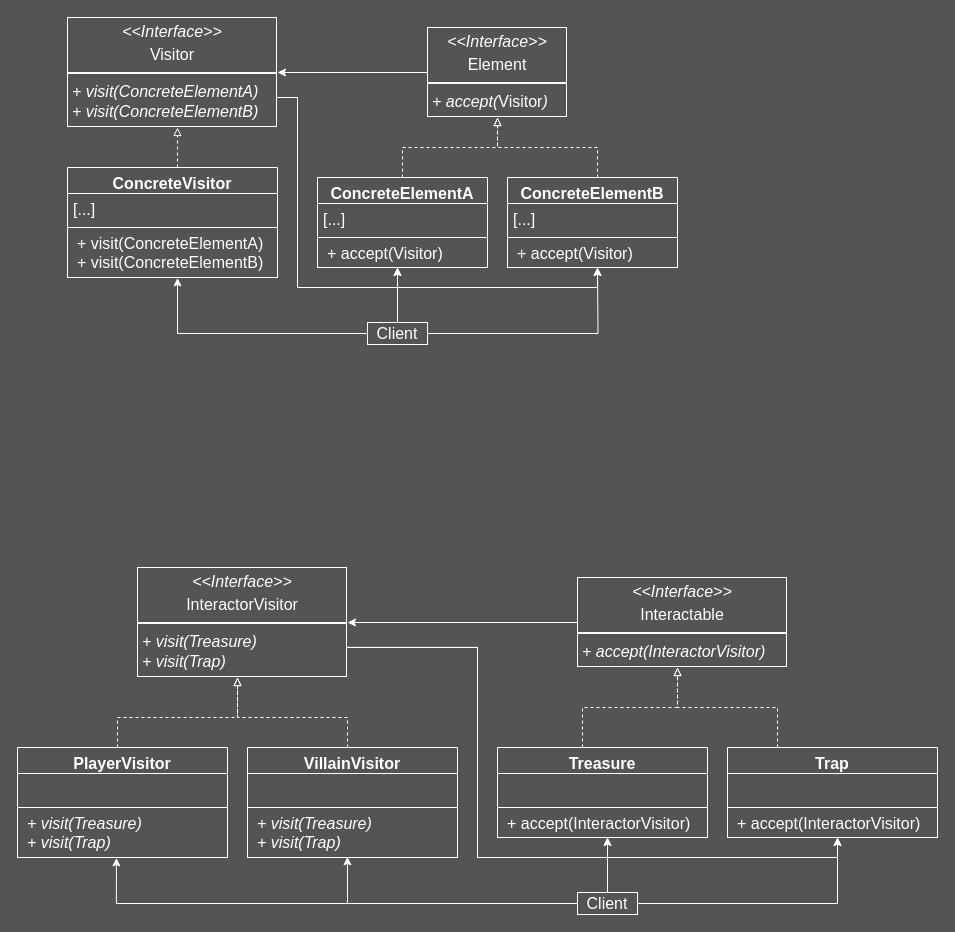
Earlier version of the draw.io diagram page "Visitor" (20 of 21) of uml/design_pattern.drawio (tp-codings/CPP_Design_Patterns). Source tidied: cells renumbered, new cells numbered last; positions are measured from the earlier drawing's top-left corner, leaving out a move shared by most shapes. Both pictures are drawn from the tidied source at 100%, with x=0, y=0 at pixel (17, 17).
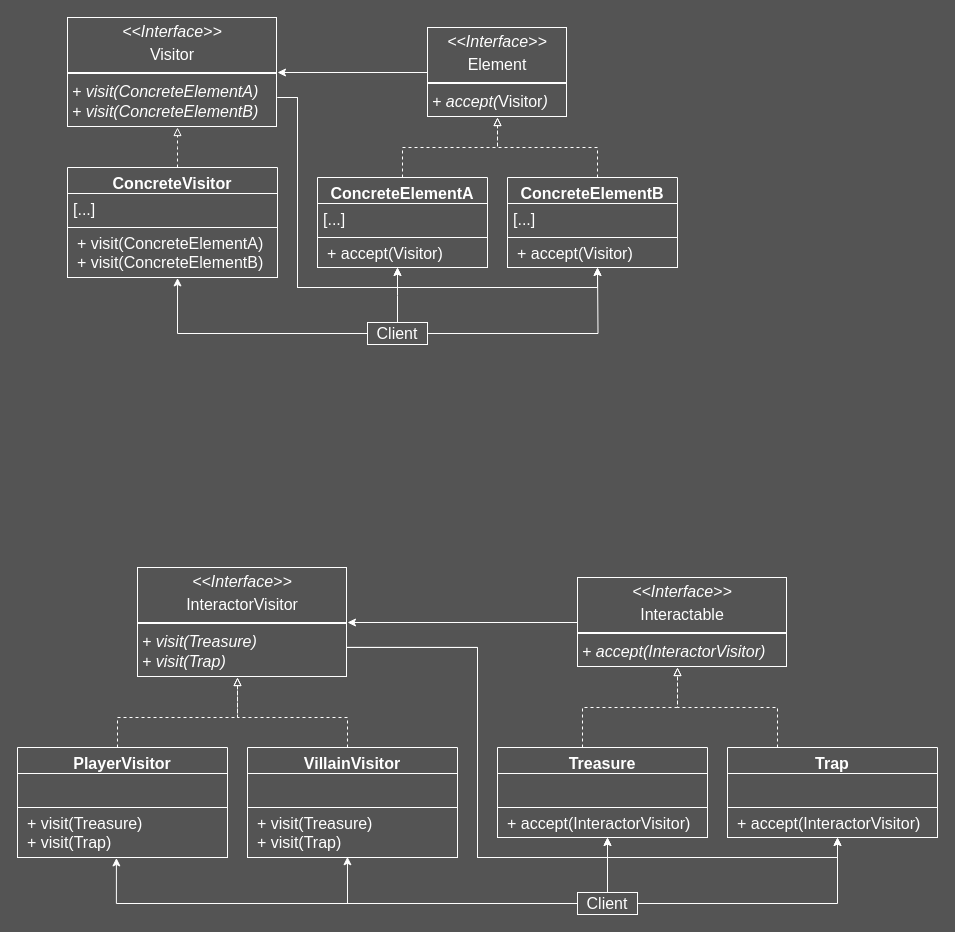
After the change.

The change refers to these unchanged cells:
```xml
<mxCell id="7" value="PlayerVisitor" style="swimlane;fontStyle=1;align=center;verticalAlign=top;horizontal=1;startSize=26;whiteSpace=wrap;fontFamily=Exo;fillColor=none;fontColor=#FFFFFF;strokeColor=#FFFFFF;fontSize=16;spacing=2;spacingTop=0;spacingBottom=0;html=1;" parent="1" vertex="1">
  <mxGeometry y="730" width="210" height="110" as="geometry" />
</mxCell>
<mxCell id="13" value="VillainVisitor" style="swimlane;fontStyle=1;align=center;verticalAlign=top;horizontal=1;startSize=26;whiteSpace=wrap;fontFamily=Exo;fillColor=none;fontColor=#FFFFFF;strokeColor=#FFFFFF;fontSize=16;spacing=2;spacingTop=0;spacingBottom=0;html=1;" parent="1" vertex="1">
  <mxGeometry x="230" y="730" width="210" height="110" as="geometry" />
</mxCell>
```

Diff of the diagram source:
```diff
@@
-    <mxCell id="9" value="&lt;p style=&quot;margin: 0px 0px 0px 4px;&quot;&gt;&lt;i&gt;+ visit(Treasure)&lt;/i&gt;&lt;/p&gt;&lt;p style=&quot;margin: 0px 0px 0px 4px;&quot;&gt;&lt;i&gt;+ visit(&lt;/i&gt;&lt;i style=&quot;background-color: initial;&quot;&gt;Trap&lt;/i&gt;&lt;i style=&quot;background-color: initial;&quot;&gt;)&lt;/i&gt;&lt;/p&gt;" style="text;align=left;verticalAlign=top;spacingLeft=4;spacingRight=4;overflow=hidden;points=[[0,0.5],[1,0.5]];portConstraint=eastwest;whiteSpace=wrap;fontFamily=Exo;fontColor=#FFFFFF;strokeColor=#FFFFFF;fontSize=16;spacing=2;spacingTop=0;spacingBottom=0;html=1;" parent="7" vertex="1">
+    <mxCell id="9" value="&lt;p style=&quot;margin: 0px 0px 0px 4px;&quot;&gt;+ visit(Treasure)&lt;/p&gt;&lt;p style=&quot;margin: 0px 0px 0px 4px;&quot;&gt;+ visit(&lt;span style=&quot;background-color: initial;&quot;&gt;Trap&lt;/span&gt;&lt;span style=&quot;background-color: initial;&quot;&gt;)&lt;/span&gt;&lt;/p&gt;" style="text;align=left;verticalAlign=top;spacingLeft=4;spacingRight=4;overflow=hidden;points=[[0,0.5],[1,0.5]];portConstraint=eastwest;whiteSpace=wrap;fontFamily=Exo;fontColor=#FFFFFF;strokeColor=#FFFFFF;fontSize=16;spacing=2;spacingTop=0;spacingBottom=0;html=1;" parent="7" vertex="1">
       <mxGeometry y="60" width="210" height="50" as="geometry" />
     </mxCell>
@@
-    <mxCell id="15" value="&lt;p style=&quot;margin: 0px 0px 0px 4px;&quot;&gt;&lt;i&gt;+ visit(Treasure)&lt;/i&gt;&lt;/p&gt;&lt;p style=&quot;margin: 0px 0px 0px 4px;&quot;&gt;&lt;i&gt;+ visit(&lt;/i&gt;&lt;i style=&quot;background-color: initial;&quot;&gt;Trap&lt;/i&gt;&lt;i style=&quot;background-color: initial;&quot;&gt;)&lt;/i&gt;&lt;/p&gt;" style="text;align=left;verticalAlign=top;spacingLeft=4;spacingRight=4;overflow=hidden;points=[[0,0.5],[1,0.5]];portConstraint=eastwest;whiteSpace=wrap;fontFamily=Exo;fontColor=#FFFFFF;strokeColor=#FFFFFF;fontSize=16;spacing=2;spacingTop=0;spacingBottom=0;html=1;" parent="13" vertex="1">
+    <mxCell id="15" value="&lt;p style=&quot;margin: 0px 0px 0px 4px;&quot;&gt;+ visit(Treasure)&lt;/p&gt;&lt;p style=&quot;margin: 0px 0px 0px 4px;&quot;&gt;+ visit(&lt;span style=&quot;background-color: initial;&quot;&gt;Trap&lt;/span&gt;&lt;span style=&quot;background-color: initial;&quot;&gt;)&lt;/span&gt;&lt;/p&gt;" style="text;align=left;verticalAlign=top;spacingLeft=4;spacingRight=4;overflow=hidden;points=[[0,0.5],[1,0.5]];portConstraint=eastwest;whiteSpace=wrap;fontFamily=Exo;fontColor=#FFFFFF;strokeColor=#FFFFFF;fontSize=16;spacing=2;spacingTop=0;spacingBottom=0;html=1;" parent="13" vertex="1">
       <mxGeometry y="60" width="210" height="50" as="geometry" />
     </mxCell>
```
